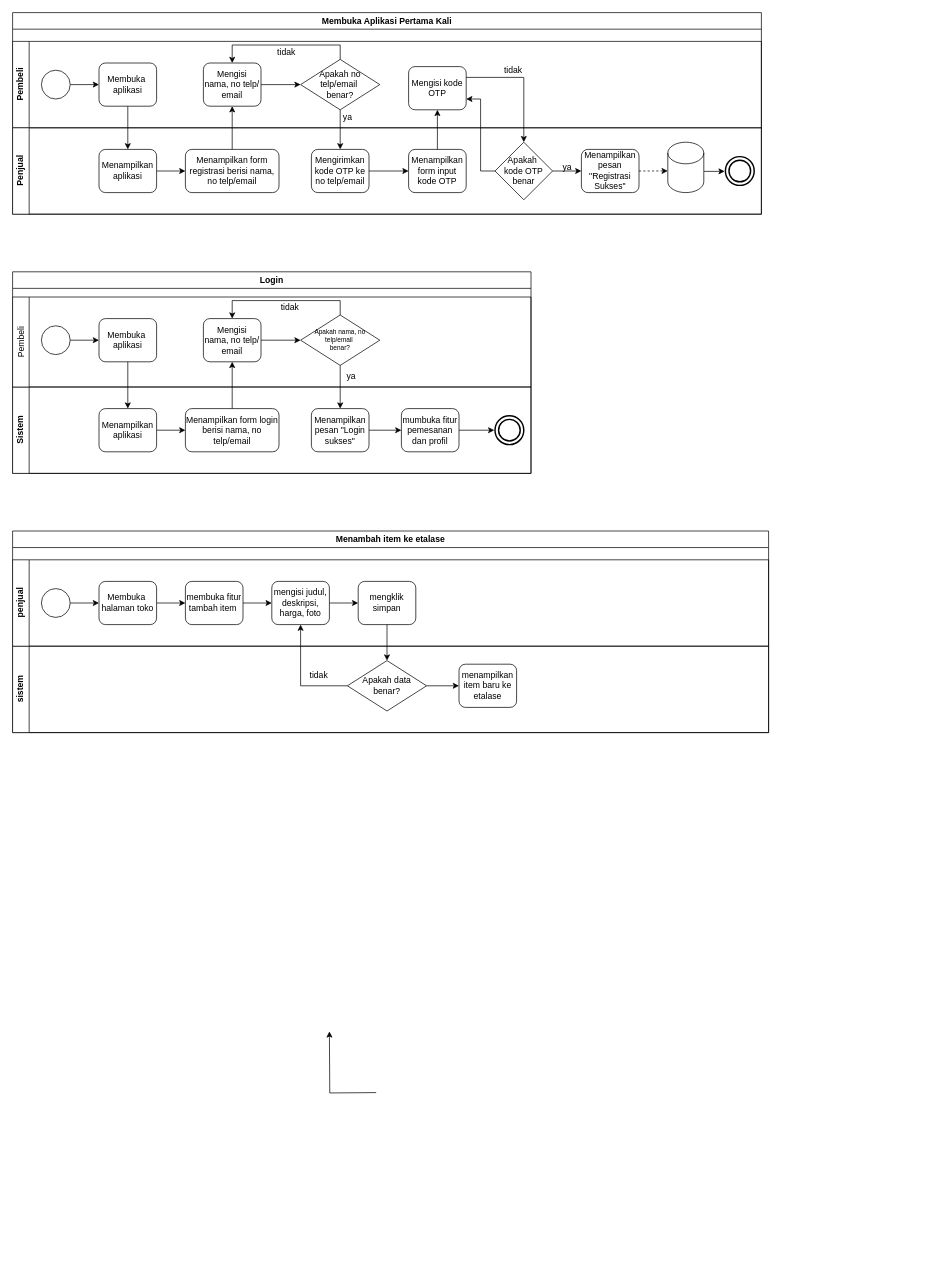
The draw.io diagram BPMN.drawio in yogadwipayana/ERD, before the edit. Source tidied: cells renumbered, new cells numbered last; positions are measured from the earlier drawing's top-left corner, leaving out a move shared by most shapes. Both pictures are drawn from the tidied source at 72%, with x=0, y=0 at pixel (12, 12).
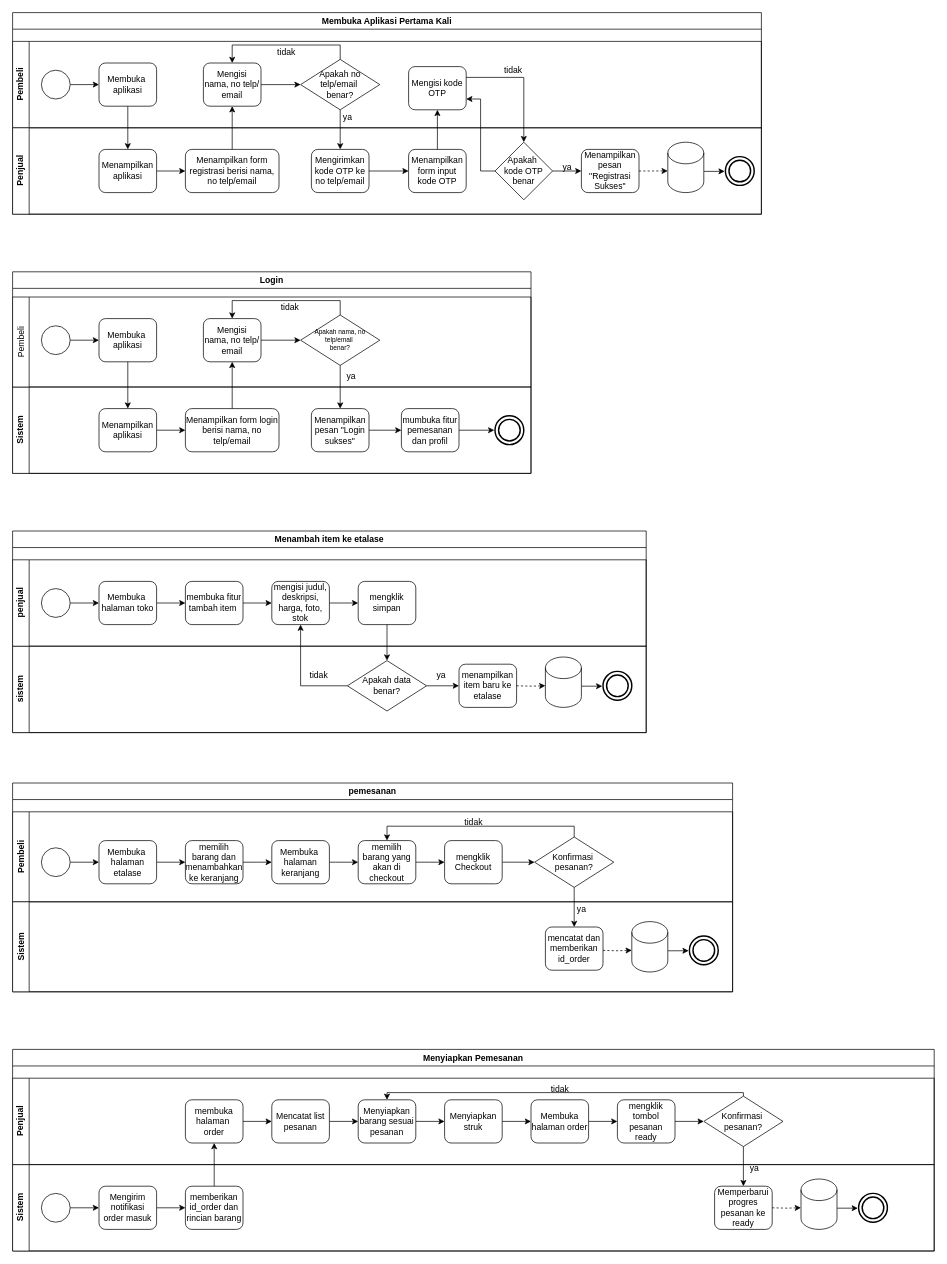
The same diagram, later.

Commit message:
menyiapkan pesanan

The edit, as a diff of the source:
```diff
@@
     <mxCell id="61" value="Menambah item ke etalase" style="swimlane;whiteSpace=wrap;html=1;" parent="1" vertex="1">
-      <mxGeometry y="720" width="1050" height="280" as="geometry" />
+      <mxGeometry y="720" width="880" height="280" as="geometry" />
     </mxCell>
     <mxCell id="62" value="sistem" style="swimlane;horizontal=0;whiteSpace=wrap;html=1;" parent="61" vertex="1">
-      <mxGeometry y="160" width="1050" height="120" as="geometry" />
+      <mxGeometry y="160" width="880" height="120" as="geometry" />
     </mxCell>
@@
-    <mxCell id="67" style="edgeStyle=orthogonalEdgeStyle;rounded=0;orthogonalLoop=1;jettySize=auto;html=1;exitX=0;exitY=0.5;exitDx=0;exitDy=0;entryX=0.5;entryY=1;entryDx=0;entryDy=0;" parent="62" edge="1">
-      <mxGeometry relative="1" as="geometry">
-        <mxPoint x="505" y="620" as="sourcePoint" />
-        <mxPoint x="440" y="535" as="targetPoint" />
-      </mxGeometry>
-    </mxCell>
+    <mxCell id="80" value="ya" style="text;html=1;align=center;verticalAlign=middle;strokeColor=none;fillColor=none;" parent="62" vertex="1">
+      <mxGeometry x="575" y="25" width="40" height="30" as="geometry" />
+    </mxCell>
+    <mxCell id="81" style="edgeStyle=orthogonalEdgeStyle;rounded=0;jettySize=auto;html=1;exitX=1.007;exitY=0.579;exitDx=0;exitDy=0;exitPerimeter=0;entryX=0;entryY=0.5;entryDx=0;entryDy=0;" parent="62" edge="1" source="82" target="83">
+      <mxGeometry relative="1" as="geometry" />
+    </mxCell>
+    <mxCell id="82" style="shape=cylinder3;whiteSpace=wrap;html=1;boundedLbl=1;backgroundOutline=1;size=15;" parent="62" vertex="1">
+      <mxGeometry x="740" y="15" width="50" height="70" as="geometry" />
+    </mxCell>
+    <mxCell id="83" style="ellipse;whiteSpace=wrap;html=1;perimeterSpacing=1;strokeWidth=2;gradientColor=none;fillStyle=auto;" parent="62" vertex="1">
+      <mxGeometry x="820" y="35" width="40" height="40" as="geometry" />
+    </mxCell>
+    <mxCell id="84" style="edgeStyle=orthogonalEdgeStyle;rounded=0;jettySize=auto;html=1;exitX=1;exitY=0.5;exitDx=0;exitDy=0;entryX=-0.001;entryY=0.57;entryDx=0;entryDy=0;entryPerimeter=0;dashed=1;" parent="62" edge="1" target="82">
+      <mxGeometry relative="1" as="geometry">
+        <mxPoint x="700" y="55" as="sourcePoint" />
+      </mxGeometry>
+    </mxCell>
+    <mxCell id="85" style="ellipse;whiteSpace=wrap;html=1;perimeterSpacing=1;strokeWidth=2;gradientColor=none;fillStyle=auto;" parent="62" vertex="1">
+      <mxGeometry x="825" y="40" width="30" height="30" as="geometry" />
+    </mxCell>
     <mxCell id="68" value="penjual" style="swimlane;horizontal=0;whiteSpace=wrap;html=1;" parent="61" vertex="1">
-      <mxGeometry y="40" width="1050" height="120" as="geometry" />
+      <mxGeometry y="40" width="880" height="120" as="geometry" />
     </mxCell>
@@
-    <mxCell id="76" value="mengisi judul, deskripsi, harga, foto" style="rounded=1;whiteSpace=wrap;html=1;" parent="68" vertex="1">
+    <mxCell id="76" value="mengisi judul, deskripsi, harga, foto, stok" style="rounded=1;whiteSpace=wrap;html=1;" parent="68" vertex="1">
       <mxGeometry x="360" y="30" width="80" height="60" as="geometry" />
     </mxCell>
@@
+    <mxCell id="86" value="pemesanan" style="swimlane;whiteSpace=wrap;html=1;" parent="1" vertex="1">
+      <mxGeometry y="1070" width="1000" height="290" as="geometry" />
+    </mxCell>
+    <mxCell id="87" value="Pembeli" style="swimlane;horizontal=0;whiteSpace=wrap;html=1;" parent="86" vertex="1">
+      <mxGeometry y="40" width="1000" height="125" as="geometry" />
+    </mxCell>
+    <mxCell id="88" style="edgeStyle=orthogonalEdgeStyle;rounded=0;jettySize=auto;html=1;exitX=1;exitY=0.5;exitDx=0;exitDy=0;entryX=0;entryY=0.5;entryDx=0;entryDy=0;" parent="87" edge="1" source="89" target="91">
+      <mxGeometry relative="1" as="geometry" />
+    </mxCell>
+    <mxCell id="89" style="ellipse;whiteSpace=wrap;html=1;" parent="87" vertex="1">
+      <mxGeometry x="40" y="50" width="40" height="40" as="geometry" />
+    </mxCell>
+    <mxCell id="90" style="edgeStyle=orthogonalEdgeStyle;rounded=0;jettySize=auto;html=1;exitX=1;exitY=0.5;exitDx=0;exitDy=0;entryX=0;entryY=0.5;entryDx=0;entryDy=0;" parent="87" edge="1" source="91" target="93">
+      <mxGeometry relative="1" as="geometry" />
+    </mxCell>
+    <mxCell id="91" value="Membuka&amp;nbsp;&lt;div&gt;halaman etalase&lt;/div&gt;" style="rounded=1;whiteSpace=wrap;html=1;" parent="87" vertex="1">
+      <mxGeometry x="120" y="40" width="80" height="60" as="geometry" />
+    </mxCell>
+    <mxCell id="92" style="edgeStyle=orthogonalEdgeStyle;rounded=0;jettySize=auto;html=1;exitX=1;exitY=0.5;exitDx=0;exitDy=0;entryX=0;entryY=0.5;entryDx=0;entryDy=0;" parent="87" edge="1" source="93">
+      <mxGeometry relative="1" as="geometry">
+        <mxPoint x="360" y="70" as="targetPoint" />
+      </mxGeometry>
+    </mxCell>
+    <mxCell id="93" value="memilih barang dan menambahkan ke keranjang" style="rounded=1;whiteSpace=wrap;html=1;" parent="87" vertex="1">
+      <mxGeometry x="240" y="40" width="80" height="60" as="geometry" />
+    </mxCell>
+    <mxCell id="94" style="edgeStyle=orthogonalEdgeStyle;curved=1;rounded=0;jettySize=auto;html=1;exitX=1;exitY=0.5;exitDx=0;exitDy=0;entryX=0;entryY=0.5;entryDx=0;entryDy=0;" parent="87" edge="1" source="95" target="97">
+      <mxGeometry relative="1" as="geometry" />
+    </mxCell>
+    <mxCell id="95" value="Membuka&amp;nbsp;&lt;div&gt;halaman keranjang&lt;/div&gt;" style="rounded=1;whiteSpace=wrap;html=1;" parent="87" vertex="1">
+      <mxGeometry x="360" y="40" width="80" height="60" as="geometry" />
+    </mxCell>
+    <mxCell id="96" style="edgeStyle=orthogonalEdgeStyle;curved=1;rounded=0;jettySize=auto;html=1;exitX=1;exitY=0.5;exitDx=0;exitDy=0;" parent="87" edge="1" source="97" target="99">
+      <mxGeometry relative="1" as="geometry" />
+    </mxCell>
+    <mxCell id="97" value="memilih barang yang akan di checkout" style="rounded=1;whiteSpace=wrap;html=1;" parent="87" vertex="1">
+      <mxGeometry x="480" y="40" width="80" height="60" as="geometry" />
+    </mxCell>
+    <mxCell id="98" style="edgeStyle=orthogonalEdgeStyle;curved=1;rounded=0;jettySize=auto;html=1;exitX=1;exitY=0.5;exitDx=0;exitDy=0;entryX=0;entryY=0.5;entryDx=0;entryDy=0;" parent="87" edge="1" source="99" target="100">
+      <mxGeometry relative="1" as="geometry" />
+    </mxCell>
+    <mxCell id="99" value="mengklik Checkout" style="rounded=1;whiteSpace=wrap;html=1;" parent="87" vertex="1">
+      <mxGeometry x="600" y="40" width="80" height="60" as="geometry" />
+    </mxCell>
+    <mxCell id="100" value="Konfirmasi&amp;nbsp;&lt;div&gt;pesanan?&lt;/div&gt;" style="rhombus;whiteSpace=wrap;html=1;" parent="87" vertex="1">
+      <mxGeometry x="725" y="35" width="110" height="70" as="geometry" />
+    </mxCell>
+    <mxCell id="101" style="edgeStyle=none;rounded=0;jettySize=auto;html=1;exitX=0.5;exitY=0;exitDx=0;exitDy=0;entryX=0.5;entryY=0;entryDx=0;entryDy=0;" parent="87" edge="1" source="100" target="97">
+      <mxGeometry relative="1" as="geometry">
+        <Array as="points">
+          <mxPoint x="780" y="20" />
+          <mxPoint x="520" y="20" />
+        </Array>
+      </mxGeometry>
+    </mxCell>
+    <mxCell id="102" value="tidak" style="text;html=1;align=center;verticalAlign=middle;strokeColor=none;fillColor=none;" parent="87" vertex="1">
+      <mxGeometry x="615" width="50" height="30" as="geometry" />
+    </mxCell>
+    <mxCell id="103" value="Sistem" style="swimlane;horizontal=0;whiteSpace=wrap;html=1;" parent="1" vertex="1">
+      <mxGeometry y="1235" width="1000" height="125" as="geometry" />
+    </mxCell>
+    <mxCell id="104" value="mencatat dan memberikan id_order" style="rounded=1;whiteSpace=wrap;html=1;" parent="103" vertex="1">
+      <mxGeometry x="740" y="35" width="80" height="60" as="geometry" />
+    </mxCell>
+    <mxCell id="105" style="edgeStyle=orthogonalEdgeStyle;rounded=0;jettySize=auto;html=1;exitX=1.007;exitY=0.579;exitDx=0;exitDy=0;exitPerimeter=0;entryX=0;entryY=0.5;entryDx=0;entryDy=0;" parent="103" edge="1" source="106" target="107">
+      <mxGeometry relative="1" as="geometry" />
+    </mxCell>
+    <mxCell id="106" style="shape=cylinder3;whiteSpace=wrap;html=1;boundedLbl=1;backgroundOutline=1;size=15;" parent="103" vertex="1">
+      <mxGeometry x="860" y="27.5" width="50" height="70" as="geometry" />
+    </mxCell>
+    <mxCell id="107" style="ellipse;whiteSpace=wrap;html=1;perimeterSpacing=1;strokeWidth=2;gradientColor=none;fillStyle=auto;" parent="103" vertex="1">
+      <mxGeometry x="940" y="47.5" width="40" height="40" as="geometry" />
+    </mxCell>
+    <mxCell id="108" style="edgeStyle=orthogonalEdgeStyle;rounded=0;jettySize=auto;html=1;exitX=1;exitY=0.5;exitDx=0;exitDy=0;entryX=-0.001;entryY=0.57;entryDx=0;entryDy=0;entryPerimeter=0;dashed=1;" parent="103" edge="1" target="106">
+      <mxGeometry relative="1" as="geometry">
+        <mxPoint x="820" y="67.5" as="sourcePoint" />
+      </mxGeometry>
+    </mxCell>
+    <mxCell id="109" style="ellipse;whiteSpace=wrap;html=1;perimeterSpacing=1;strokeWidth=2;gradientColor=none;fillStyle=auto;" parent="103" vertex="1">
+      <mxGeometry x="945" y="52.5" width="30" height="30" as="geometry" />
+    </mxCell>
+    <mxCell id="110" value="ya" style="text;html=1;align=center;verticalAlign=middle;strokeColor=none;fillColor=none;" parent="103" vertex="1">
+      <mxGeometry x="770" y="-5" width="40" height="30" as="geometry" />
+    </mxCell>
+    <mxCell id="111" style="edgeStyle=orthogonalEdgeStyle;curved=1;rounded=0;jettySize=auto;html=1;exitX=0.5;exitY=1;exitDx=0;exitDy=0;entryX=0.5;entryY=0;entryDx=0;entryDy=0;" parent="1" edge="1" source="100" target="104">
+      <mxGeometry relative="1" as="geometry" />
+    </mxCell>
+    <mxCell id="112" value="Menyiapkan Pemesanan" style="swimlane;whiteSpace=wrap;html=1;" parent="1" vertex="1">
+      <mxGeometry y="1440" width="1280" height="280" as="geometry" />
+    </mxCell>
+    <mxCell id="113" value="Sistem" style="swimlane;horizontal=0;whiteSpace=wrap;html=1;" parent="112" vertex="1">
+      <mxGeometry y="160" width="1280" height="120" as="geometry" />
+    </mxCell>
+    <mxCell id="114" style="edgeStyle=orthogonalEdgeStyle;rounded=0;jettySize=auto;html=1;exitX=1;exitY=0.5;exitDx=0;exitDy=0;entryX=0;entryY=0.5;entryDx=0;entryDy=0;" parent="113" edge="1" source="115" target="117">
+      <mxGeometry relative="1" as="geometry" />
+    </mxCell>
+    <mxCell id="115" style="ellipse;whiteSpace=wrap;html=1;" parent="113" vertex="1">
+      <mxGeometry x="40" y="40" width="40" height="40" as="geometry" />
+    </mxCell>
+    <mxCell id="116" style="edgeStyle=orthogonalEdgeStyle;rounded=0;jettySize=auto;html=1;exitX=1;exitY=0.5;exitDx=0;exitDy=0;entryX=0;entryY=0.5;entryDx=0;entryDy=0;" parent="113" edge="1" source="117" target="118">
+      <mxGeometry relative="1" as="geometry" />
+    </mxCell>
+    <mxCell id="117" value="Mengirim notifikasi order masuk" style="rounded=1;whiteSpace=wrap;html=1;" parent="113" vertex="1">
+      <mxGeometry x="120" y="30" width="80" height="60" as="geometry" />
+    </mxCell>
+    <mxCell id="118" value="memberikan id_order dan rincian barang" style="rounded=1;whiteSpace=wrap;html=1;" parent="113" vertex="1">
+      <mxGeometry x="240" y="30" width="80" height="60" as="geometry" />
+    </mxCell>
+    <mxCell id="119" value="Memperbarui progres pesanan ke ready" style="rounded=1;whiteSpace=wrap;html=1;" parent="113" vertex="1">
+      <mxGeometry x="975" y="30" width="80" height="60" as="geometry" />
+    </mxCell>
+    <mxCell id="120" style="edgeStyle=orthogonalEdgeStyle;rounded=0;jettySize=auto;html=1;exitX=1.007;exitY=0.579;exitDx=0;exitDy=0;exitPerimeter=0;entryX=0;entryY=0.5;entryDx=0;entryDy=0;" parent="113" edge="1" source="121" target="122">
+      <mxGeometry relative="1" as="geometry" />
+    </mxCell>
+    <mxCell id="121" style="shape=cylinder3;whiteSpace=wrap;html=1;boundedLbl=1;backgroundOutline=1;size=15;" parent="113" vertex="1">
+      <mxGeometry x="1095" y="20" width="50" height="70" as="geometry" />
+    </mxCell>
+    <mxCell id="122" style="ellipse;whiteSpace=wrap;html=1;perimeterSpacing=1;strokeWidth=2;gradientColor=none;fillStyle=auto;" parent="113" vertex="1">
+      <mxGeometry x="1175" y="40" width="40" height="40" as="geometry" />
+    </mxCell>
+    <mxCell id="123" style="edgeStyle=orthogonalEdgeStyle;rounded=0;jettySize=auto;html=1;exitX=1;exitY=0.5;exitDx=0;exitDy=0;entryX=-0.001;entryY=0.57;entryDx=0;entryDy=0;entryPerimeter=0;dashed=1;" parent="113" edge="1" target="121">
+      <mxGeometry relative="1" as="geometry">
+        <mxPoint x="1055" y="60" as="sourcePoint" />
+      </mxGeometry>
+    </mxCell>
+    <mxCell id="124" style="ellipse;whiteSpace=wrap;html=1;perimeterSpacing=1;strokeWidth=2;gradientColor=none;fillStyle=auto;" parent="113" vertex="1">
+      <mxGeometry x="1180" y="45" width="30" height="30" as="geometry" />
+    </mxCell>
+    <mxCell id="125" value="Penjual" style="swimlane;horizontal=0;whiteSpace=wrap;html=1;" parent="112" vertex="1">
+      <mxGeometry y="40" width="1280" height="120" as="geometry" />
+    </mxCell>
+    <mxCell id="126" style="edgeStyle=none;rounded=0;jettySize=auto;html=1;exitX=1;exitY=0.5;exitDx=0;exitDy=0;entryX=0;entryY=0.5;entryDx=0;entryDy=0;" parent="125" edge="1" source="127" target="135">
+      <mxGeometry relative="1" as="geometry" />
+    </mxCell>
+    <mxCell id="127" value="membuka halaman&amp;nbsp;&lt;div&gt;order&lt;/div&gt;" style="rounded=1;whiteSpace=wrap;html=1;" parent="125" vertex="1">
+      <mxGeometry x="240" y="30" width="80" height="60" as="geometry" />
+    </mxCell>
+    <mxCell id="128" style="edgeStyle=none;rounded=0;jettySize=auto;html=1;exitX=1;exitY=0.5;exitDx=0;exitDy=0;" parent="125" edge="1" source="129" target="131">
+      <mxGeometry relative="1" as="geometry" />
+    </mxCell>
+    <mxCell id="129" value="Menyiapkan barang sesuai pesanan" style="rounded=1;whiteSpace=wrap;html=1;" parent="125" vertex="1">
+      <mxGeometry x="480" y="30" width="80" height="60" as="geometry" />
+    </mxCell>
+    <mxCell id="130" style="edgeStyle=none;rounded=0;jettySize=auto;html=1;exitX=1;exitY=0.5;exitDx=0;exitDy=0;" parent="125" edge="1" source="131" target="133">
+      <mxGeometry relative="1" as="geometry" />
+    </mxCell>
+    <mxCell id="131" value="Menyiapkan struk" style="rounded=1;whiteSpace=wrap;html=1;" parent="125" vertex="1">
+      <mxGeometry x="600" y="30" width="80" height="60" as="geometry" />
+    </mxCell>
+    <mxCell id="132" style="edgeStyle=none;rounded=0;jettySize=auto;html=1;exitX=1;exitY=0.5;exitDx=0;exitDy=0;entryX=0;entryY=0.5;entryDx=0;entryDy=0;" parent="125" edge="1" source="133" target="137">
+      <mxGeometry relative="1" as="geometry" />
+    </mxCell>
+    <mxCell id="133" value="Membuka halaman order" style="rounded=1;whiteSpace=wrap;html=1;" parent="125" vertex="1">
+      <mxGeometry x="720" y="30" width="80" height="60" as="geometry" />
+    </mxCell>
+    <mxCell id="134" style="edgeStyle=none;rounded=0;jettySize=auto;html=1;exitX=1;exitY=0.5;exitDx=0;exitDy=0;entryX=0;entryY=0.5;entryDx=0;entryDy=0;" parent="125" edge="1" source="135" target="129">
+      <mxGeometry relative="1" as="geometry" />
+    </mxCell>
+    <mxCell id="135" value="Mencatat list pesanan" style="rounded=1;whiteSpace=wrap;html=1;" parent="125" vertex="1">
+      <mxGeometry x="360" y="30" width="80" height="60" as="geometry" />
+    </mxCell>
+    <mxCell id="136" style="edgeStyle=none;rounded=0;jettySize=auto;html=1;exitX=1;exitY=0.5;exitDx=0;exitDy=0;entryX=0;entryY=0.5;entryDx=0;entryDy=0;" parent="125" edge="1" source="137" target="139">
+      <mxGeometry relative="1" as="geometry" />
+    </mxCell>
+    <mxCell id="137" value="mengklik tombol pesanan ready" style="rounded=1;whiteSpace=wrap;html=1;" parent="125" vertex="1">
+      <mxGeometry x="840" y="30" width="80" height="60" as="geometry" />
+    </mxCell>
+    <mxCell id="138" style="edgeStyle=none;rounded=0;jettySize=auto;html=1;exitX=0.5;exitY=0;exitDx=0;exitDy=0;entryX=0.5;entryY=0;entryDx=0;entryDy=0;" parent="125" edge="1" source="139" target="129">
+      <mxGeometry relative="1" as="geometry">
+        <Array as="points">
+          <mxPoint x="1015" y="20" />
+          <mxPoint x="520" y="20" />
+        </Array>
+      </mxGeometry>
+    </mxCell>
+    <mxCell id="139" value="Konfirmasi&amp;nbsp;&lt;div&gt;pesanan?&lt;/div&gt;" style="rhombus;whiteSpace=wrap;html=1;" parent="125" vertex="1">
+      <mxGeometry x="960" y="25" width="110" height="70" as="geometry" />
+    </mxCell>
+    <mxCell id="140" value="ya" style="text;html=1;align=center;verticalAlign=middle;strokeColor=none;fillColor=none;" parent="125" vertex="1">
+      <mxGeometry x="1010" y="110" width="40" height="30" as="geometry" />
+    </mxCell>
+    <mxCell id="141" value="tidak" style="text;html=1;align=center;verticalAlign=middle;strokeColor=none;fillColor=none;" parent="125" vertex="1">
+      <mxGeometry x="735" width="50" height="30" as="geometry" />
+    </mxCell>
+    <mxCell id="142" style="edgeStyle=none;rounded=0;jettySize=auto;html=1;exitX=0.5;exitY=1;exitDx=0;exitDy=0;entryX=0.5;entryY=0;entryDx=0;entryDy=0;" parent="112" edge="1" source="139" target="119">
+      <mxGeometry relative="1" as="geometry" />
+    </mxCell>
+    <mxCell id="143" style="edgeStyle=none;rounded=0;jettySize=auto;html=1;exitX=0.5;exitY=0;exitDx=0;exitDy=0;entryX=0.5;entryY=1;entryDx=0;entryDy=0;" parent="112" edge="1" source="118" target="127">
+      <mxGeometry relative="1" as="geometry" />
+    </mxCell>
```
